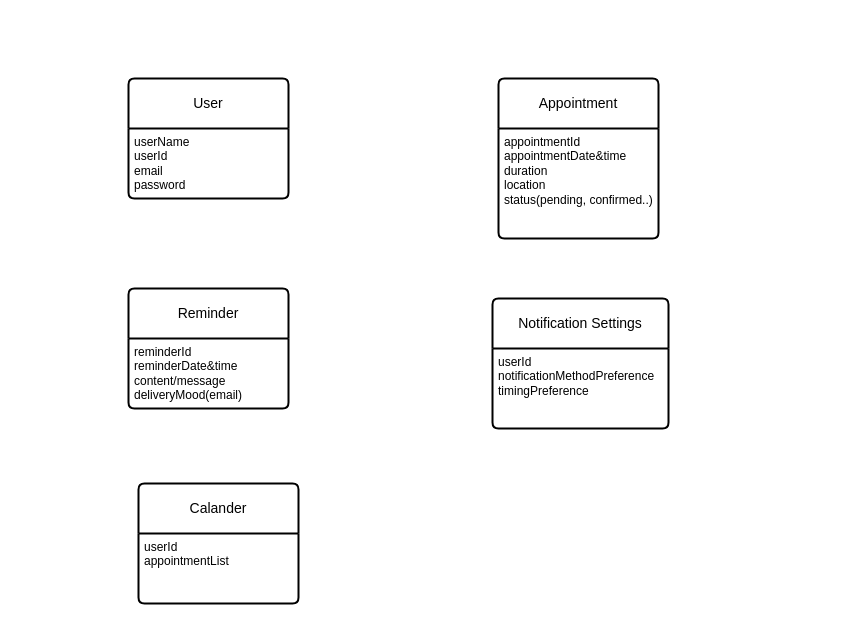
mosnyik/scheduler keeps this draw.io diagram as scheduler.drawio. Above is the earlier version. Source tidied: cells renumbered, new cells numbered last; positions are measured from the earlier drawing's top-left corner, leaving out a move shared by most shapes. Both pictures are drawn from the tidied source at 100%, with x=0, y=0 at pixel (128, 78).
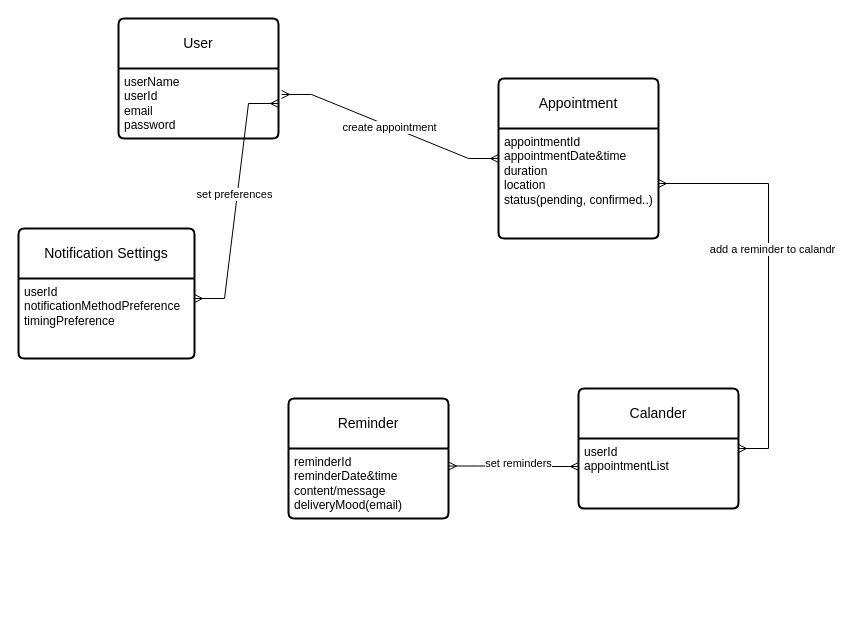
After the change.

Unchanged cells that the change refers to:
```xml
<mxCell id="3" value="userName&lt;br&gt;userId&lt;br&gt;email&lt;br&gt;password" style="align=left;strokeColor=none;fillColor=none;spacingLeft=4;fontSize=12;verticalAlign=top;html=1;" parent="2" vertex="1">
  <mxGeometry y="50" width="160" height="70" as="geometry" />
</mxCell>
<mxCell id="4" value="Appointment" style="swimlane;horizontal=1;startSize=50;rounded=1;fontSize=14;fontStyle=0;strokeWidth=2;shadow=0;dashed=0;align=center;arcSize=4;whiteSpace=wrap;html=1;" parent="1" vertex="1">
  <mxGeometry x="370" width="160" height="160" as="geometry" />
</mxCell>
<mxCell id="5" value="appointmentId&lt;br&gt;appointmentDate&amp;amp;time&lt;br&gt;duration&lt;br&gt;location&lt;br&gt;status(pending, confirmed..)" style="align=left;strokeColor=none;fillColor=none;spacingLeft=4;fontSize=12;verticalAlign=top;html=1;" parent="4" vertex="1">
  <mxGeometry y="50" width="160" height="110" as="geometry" />
</mxCell>
<mxCell id="7" value="reminderId&lt;br&gt;reminderDate&amp;amp;time&lt;br&gt;content/message&lt;br&gt;deliveryMood(email)" style="align=left;strokeColor=none;fillColor=none;spacingLeft=4;fontSize=12;verticalAlign=top;html=1;" parent="6" vertex="1">
  <mxGeometry y="50" width="160" height="70" as="geometry" />
</mxCell>
<mxCell id="9" value="userId&lt;br&gt;notificationMethodPreference&lt;br&gt;timingPreference" style="align=left;strokeColor=none;fillColor=none;spacingLeft=4;fontSize=12;verticalAlign=top;html=1;" parent="8" vertex="1">
  <mxGeometry y="50" width="176" height="80" as="geometry" />
</mxCell>
```

The edit, as a diff of the source:
```diff
@@
     <mxCell id="2" value="User" style="swimlane;horizontal=1;startSize=50;rounded=1;fontSize=14;fontStyle=0;strokeWidth=2;shadow=0;dashed=0;align=center;arcSize=4;whiteSpace=wrap;html=1;" parent="1" vertex="1">
-      <mxGeometry width="160" height="120" as="geometry" />
+      <mxGeometry x="-10" y="-60" width="160" height="120" as="geometry" />
     </mxCell>
@@
     <mxCell id="6" value="Reminder" style="swimlane;horizontal=1;startSize=50;rounded=1;fontSize=14;fontStyle=0;strokeWidth=2;shadow=0;dashed=0;align=center;arcSize=4;whiteSpace=wrap;html=1;" parent="1" vertex="1">
-      <mxGeometry y="210" width="160" height="120" as="geometry" />
+      <mxGeometry x="160" y="320" width="160" height="120" as="geometry" />
     </mxCell>
@@
     <mxCell id="8" value="Notification Settings" style="swimlane;horizontal=1;startSize=50;rounded=1;fontSize=14;fontStyle=0;strokeWidth=2;shadow=0;dashed=0;align=center;arcSize=4;whiteSpace=wrap;html=1;" parent="1" vertex="1">
-      <mxGeometry x="364" y="220" width="176" height="130" as="geometry" />
+      <mxGeometry x="-110" y="150" width="176" height="130" as="geometry" />
     </mxCell>
@@
     <mxCell id="10" value="Calander" style="swimlane;horizontal=1;startSize=50;rounded=1;fontSize=14;fontStyle=0;strokeWidth=2;shadow=0;dashed=0;align=center;arcSize=4;whiteSpace=wrap;html=1;" parent="1" vertex="1">
-      <mxGeometry x="10" y="405" width="160" height="120" as="geometry" />
+      <mxGeometry x="450" y="310" width="160" height="120" as="geometry" />
     </mxCell>
@@
+    <mxCell id="12" style="edgeStyle=entityRelationEdgeStyle;fontSize=12;html=1;endArrow=ERmany;startArrow=ERmany;rounded=0;exitX=1.019;exitY=0.371;exitDx=0;exitDy=0;exitPerimeter=0;entryX=0;entryY=0.5;entryDx=0;entryDy=0;" parent="1" edge="1" source="3" target="4">
+      <mxGeometry relative="1" as="geometry" />
+    </mxCell>
+    <mxCell id="13" value="create appointment" style="edgeLabel;html=1;align=center;verticalAlign=middle;" parent="12" vertex="1">
+      <mxGeometry x="-0.01" y="-2" relative="1" as="geometry">
+        <mxPoint y="-1" as="offset" />
+      </mxGeometry>
+    </mxCell>
+    <mxCell id="14" style="edgeStyle=entityRelationEdgeStyle;fontSize=12;html=1;endArrow=ERmany;startArrow=ERmany;rounded=0;entryX=1;entryY=0.25;entryDx=0;entryDy=0;exitX=1;exitY=0.5;exitDx=0;exitDy=0;" parent="1" edge="1" source="3" target="9">
+      <mxGeometry relative="1" as="geometry">
+        <Array as="points">
+          <mxPoint x="-110" y="80" />
+          <mxPoint x="-70" y="90" />
+          <mxPoint x="-140" y="150" />
+          <mxPoint x="-120" y="210" />
+          <mxPoint x="-110" y="150" />
+        </Array>
+      </mxGeometry>
+    </mxCell>
+    <mxCell id="15" value="set preferences" style="edgeLabel;html=1;align=center;verticalAlign=middle;" parent="14" vertex="1">
+      <mxGeometry x="-0.05" y="-3" relative="1" as="geometry" />
+    </mxCell>
+    <mxCell id="16" style="edgeStyle=entityRelationEdgeStyle;fontSize=12;html=1;endArrow=ERmany;startArrow=ERmany;rounded=0;" parent="1" edge="1" source="10" target="5">
+      <mxGeometry relative="1" as="geometry">
+        <Array as="points">
+          <mxPoint x="420" y="80" />
+          <mxPoint x="670" y="140" />
+          <mxPoint x="660" y="170" />
+        </Array>
+      </mxGeometry>
+    </mxCell>
+    <mxCell id="17" value="add a reminder to calandr" style="edgeLabel;html=1;align=center;verticalAlign=middle;" parent="16" vertex="1">
+      <mxGeometry x="0.13" y="-3" relative="1" as="geometry" />
+    </mxCell>
+    <mxCell id="18" style="edgeStyle=entityRelationEdgeStyle;fontSize=12;html=1;endArrow=ERmany;startArrow=ERmany;rounded=0;exitX=1;exitY=0.25;exitDx=0;exitDy=0;" parent="1" edge="1" source="7">
+      <mxGeometry relative="1" as="geometry">
+        <mxPoint x="450" y="388" as="targetPoint" />
+      </mxGeometry>
+    </mxCell>
+    <mxCell id="19" value="set reminders" style="edgeLabel;html=1;align=center;verticalAlign=middle;" parent="18" vertex="1">
+      <mxGeometry x="0.06" y="3" relative="1" as="geometry" />
+    </mxCell>
```
